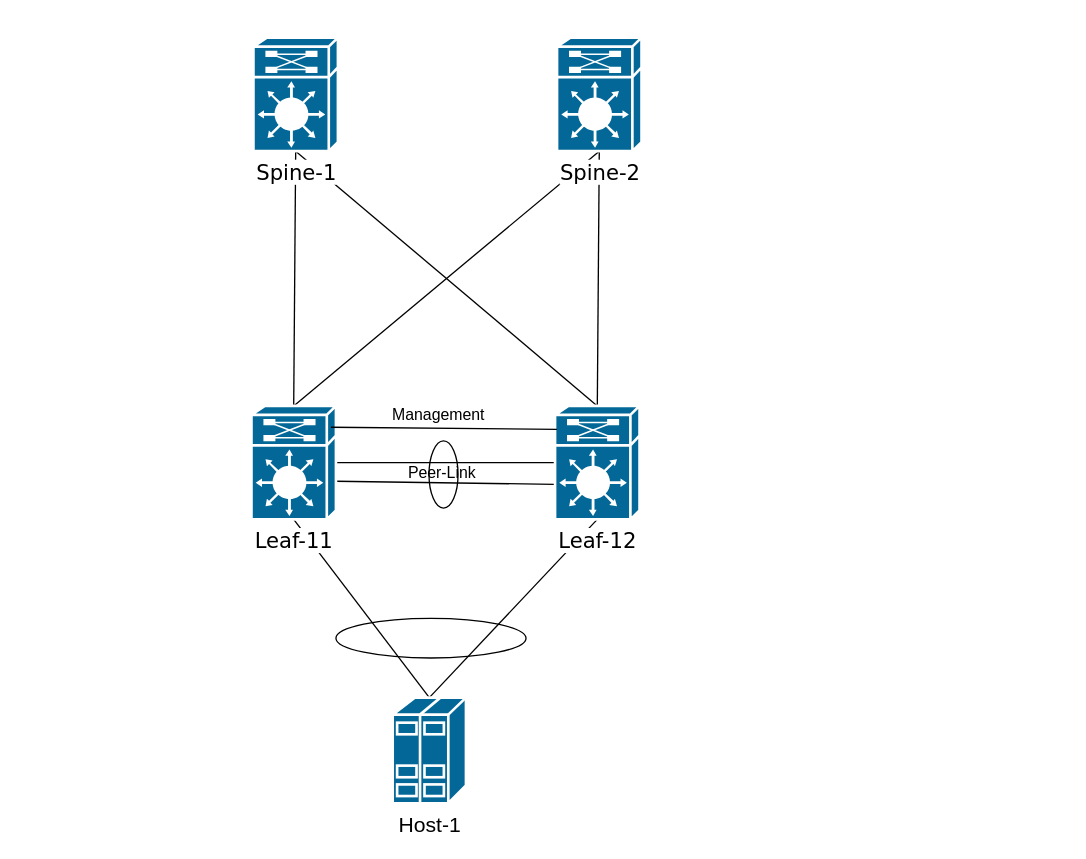
This is img/Untitled Diagram.drawio from Santa42/VxLAN_EVPN, a draw.io file, before an edit. Source tidied: cells renumbered, new cells numbered last; positions are measured from the earlier drawing's top-left corner, leaving out a move shared by most shapes. Both pictures are drawn from the tidied source at 132%, with x=0, y=0 at pixel (251, 37).
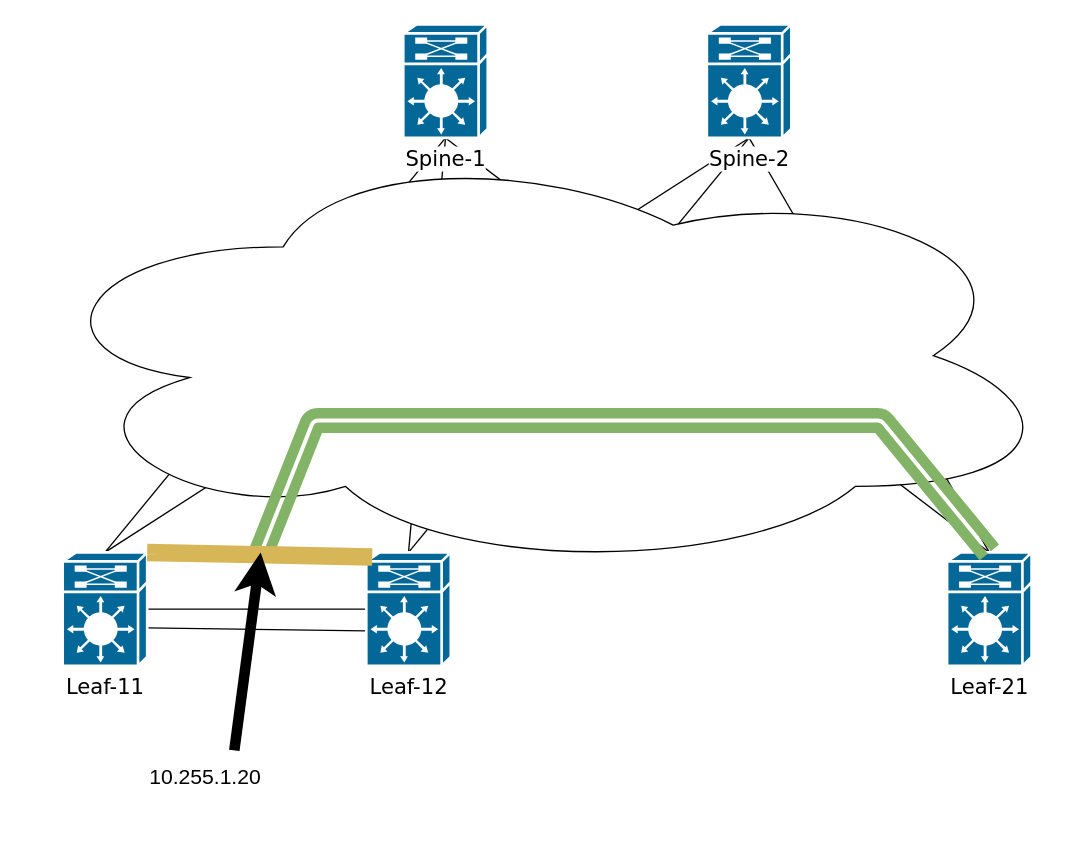
After the change.

The edit, as a diff of the source:
```diff
@@
-    <mxCell id="2" style="ellipse;whiteSpace=wrap;html=1;rotation=90;" parent="1" vertex="1">
-      <mxGeometry x="120" y="320" width="51" height="22" as="geometry" />
-    </mxCell>
-    <mxCell id="3" style="ellipse;whiteSpace=wrap;html=1;" parent="1" vertex="1">
-      <mxGeometry x="64" y="440" width="144" height="30" as="geometry" />
-    </mxCell>
@@
-    <mxCell id="10" style="endArrow=none;html=1;entryX=0.5;entryY=1;entryDx=0;entryDy=0;entryPerimeter=0;exitX=0.5;exitY=0;exitDx=0;exitDy=0;exitPerimeter=0;" parent="1" edge="1" source="12" target="16">
-      <mxGeometry relative="1" as="geometry" />
-    </mxCell>
-    <mxCell id="11" style="endArrow=none;html=1;entryX=0.5;entryY=1;entryDx=0;entryDy=0;entryPerimeter=0;exitX=0.5;exitY=0;exitDx=0;exitDy=0;exitPerimeter=0;" parent="1" edge="1" source="12" target="15">
-      <mxGeometry relative="1" as="geometry" />
-    </mxCell>
-    <mxCell id="12" value="&lt;font style=&quot;font-size: 16px ; background-color: rgb(255 , 255 , 255)&quot;&gt;Host-1&lt;/font&gt;" style="shape=mxgraph.cisco.servers.standard_host;html=1;dashed=0;fillColor=#036897;strokeColor=#ffffff;strokeWidth=2;verticalLabelPosition=bottom;verticalAlign=top;align=center;outlineConnect=0;" parent="1" vertex="1">
-      <mxGeometry x="107" y="500" width="55.5" height="80" as="geometry" />
-    </mxCell>
+    <mxCell id="20" style="endArrow=none;html=1;entryX=0.5;entryY=1;entryDx=0;entryDy=0;entryPerimeter=0;exitX=0.5;exitY=0;exitDx=0;exitDy=0;exitPerimeter=0;" parent="1" edge="1" source="22" target="14">
+      <mxGeometry relative="1" as="geometry" />
+    </mxCell>
+    <mxCell id="21" style="endArrow=none;html=1;entryX=0.5;entryY=1;entryDx=0;entryDy=0;entryPerimeter=0;exitX=0.5;exitY=0;exitDx=0;exitDy=0;exitPerimeter=0;" parent="1" edge="1" source="22" target="13">
+      <mxGeometry relative="1" as="geometry" />
+    </mxCell>
     <mxCell id="13" value="&lt;font style=&quot;font-size: 16px ; background-color: rgb(255 , 255 , 255)&quot;&gt;Spine-2&lt;/font&gt;" style="shape=mxgraph.cisco.misc.route_switch_processor;html=1;dashed=0;fillColor=#036897;strokeColor=#ffffff;strokeWidth=2;verticalLabelPosition=bottom;verticalAlign=top;rounded=0;shadow=0;comic=0;fontFamily=Verdana;fontSize=12;" parent="1" vertex="1">
-      <mxGeometry x="231.5" width="64" height="86" as="geometry" />
+      <mxGeometry x="345" y="-10" width="64" height="86" as="geometry" />
     </mxCell>
     <mxCell id="14" value="&lt;font style=&quot;font-size: 16px ; background-color: rgb(255 , 255 , 255)&quot;&gt;Spine-1&lt;/font&gt;" style="shape=mxgraph.cisco.misc.route_switch_processor;html=1;dashed=0;fillColor=#036897;strokeColor=#ffffff;strokeWidth=2;verticalLabelPosition=bottom;verticalAlign=top;rounded=0;shadow=0;comic=0;fontFamily=Verdana;fontSize=12;" parent="1" vertex="1">
-      <mxGeometry x="1.5" width="64" height="86" as="geometry" />
+      <mxGeometry x="115" y="-10" width="64" height="86" as="geometry" />
     </mxCell>
+    <mxCell id="22" value="&lt;font style=&quot;font-size: 16px ; background-color: rgb(255 , 255 , 255)&quot;&gt;Leaf-21&lt;/font&gt;" style="shape=mxgraph.cisco.misc.route_switch_processor;html=1;dashed=0;fillColor=#036897;strokeColor=#ffffff;strokeWidth=2;verticalLabelPosition=bottom;verticalAlign=top;rounded=0;shadow=0;comic=0;fontFamily=Verdana;fontSize=12;" parent="1" vertex="1">
+      <mxGeometry x="527" y="390" width="64" height="86" as="geometry" />
+    </mxCell>
     <mxCell id="15" value="&lt;font style=&quot;font-size: 16px ; background-color: rgb(255 , 255 , 255)&quot;&gt;Leaf-12&lt;/font&gt;" style="shape=mxgraph.cisco.misc.route_switch_processor;html=1;dashed=0;fillColor=#036897;strokeColor=#ffffff;strokeWidth=2;verticalLabelPosition=bottom;verticalAlign=top;rounded=0;shadow=0;comic=0;fontFamily=Verdana;fontSize=12;" parent="1" vertex="1">
-      <mxGeometry x="230" y="279" width="64" height="86" as="geometry" />
+      <mxGeometry x="87" y="390" width="64" height="86" as="geometry" />
     </mxCell>
     <mxCell id="16" value="&lt;font style=&quot;font-size: 16px ; background-color: rgb(255 , 255 , 255)&quot;&gt;Leaf-11&lt;/font&gt;" style="shape=mxgraph.cisco.misc.route_switch_processor;html=1;dashed=0;fillColor=#036897;strokeColor=#ffffff;strokeWidth=2;verticalLabelPosition=bottom;verticalAlign=top;rounded=0;shadow=0;comic=0;fontFamily=Verdana;fontSize=12;" parent="1" vertex="1">
-      <mxGeometry y="279" width="64" height="86" as="geometry" />
+      <mxGeometry x="-143" y="390" width="64" height="86" as="geometry" />
     </mxCell>
+    <mxCell id="23" style="ellipse;shape=cloud;whiteSpace=wrap;html=1;" parent="1" vertex="1">
+      <mxGeometry x="-173" y="76" width="788" height="330" as="geometry" />
+    </mxCell>
+    <mxCell id="24" style="shape=link;html=1;strokeWidth=8;fillColor=#d5e8d4;strokeColor=#82b366;entryX=0.5;entryY=0;entryDx=0;entryDy=0;entryPerimeter=0;" parent="1" edge="1" target="22">
+      <mxGeometry relative="1" as="geometry">
+        <mxPoint x="7" y="391" as="sourcePoint" />
+        <Array as="points">
+          <mxPoint x="47" y="290" />
+          <mxPoint x="477" y="290" />
+        </Array>
+      </mxGeometry>
+    </mxCell>
-    <mxCell id="17" style="endArrow=none;html=1;entryX=0.022;entryY=0.207;entryDx=0;entryDy=0;entryPerimeter=0;exitX=0.941;exitY=0.188;exitDx=0;exitDy=0;exitPerimeter=0;" parent="1" edge="1" source="16" target="15">
+    <mxCell id="17" style="shape=link;html=1;strokeWidth=8;exitX=1;exitY=0;exitDx=0;exitDy=0;exitPerimeter=0;entryX=0.07;entryY=0.04;entryDx=0;entryDy=0;entryPerimeter=0;width=-1.7647058823529402;fillColor=#fff2cc;strokeColor=#d6b656;" parent="1" edge="1" source="16" target="15">
       <mxGeometry relative="1" as="geometry" />
     </mxCell>
-    <mxCell id="18" value="Peer-Link" style="text;html=1;align=left;verticalAlign=top;spacingTop=-4;" parent="1" vertex="1">
-      <mxGeometry x="117" y="320" width="70" height="20" as="geometry" />
-    </mxCell>
-    <mxCell id="19" value="Management" style="text;html=1;align=left;verticalAlign=top;spacingTop=-4;" parent="1" vertex="1">
-      <mxGeometry x="105" y="276" width="90" height="20" as="geometry" />
-    </mxCell>
+    <mxCell id="25" style="endArrow=classic;html=1;strokeWidth=8;" parent="1" edge="1">
+      <mxGeometry relative="1" as="geometry">
+        <mxPoint x="-13" y="540" as="sourcePoint" />
+        <mxPoint x="7" y="390" as="targetPoint" />
+      </mxGeometry>
+    </mxCell>
+    <mxCell id="26" value="&lt;font style=&quot;font-size: 16px&quot;&gt;10.255.1.20&lt;/font&gt;" style="text;html=1;align=left;verticalAlign=top;spacingTop=-4;" parent="1" vertex="1">
+      <mxGeometry x="-79" y="548" width="100" height="20" as="geometry" />
+    </mxCell>
```
